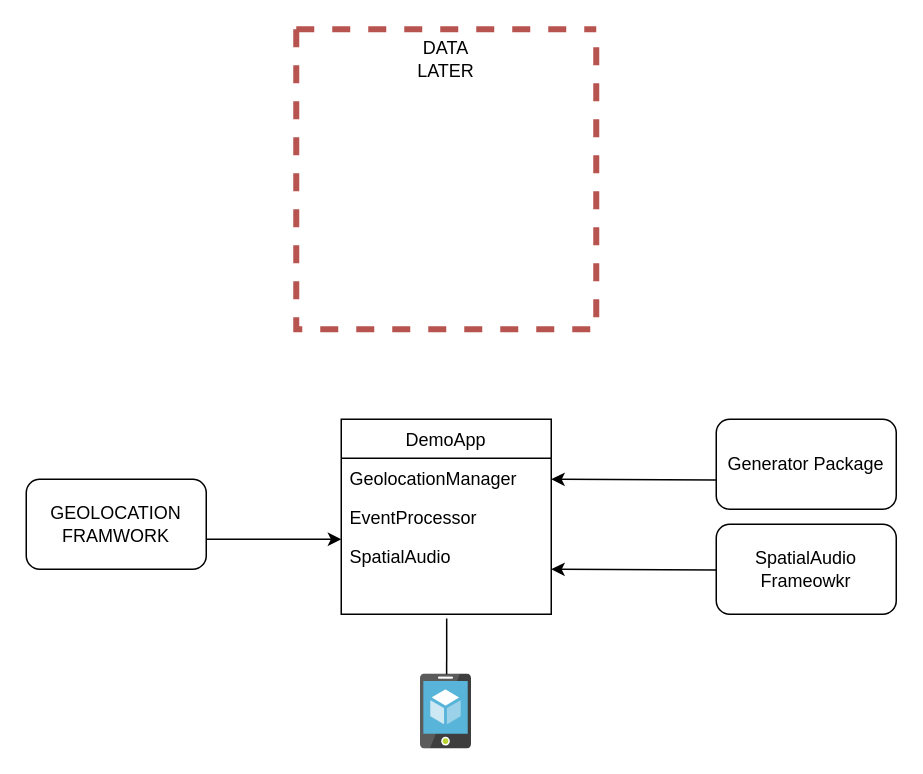
Before: geoLocationIdea.drawio in willdonlan8/test, a draw.io diagram. Source tidied: cells renumbered, new cells numbered last; positions are measured from the earlier drawing's top-left corner, leaving out a move shared by most shapes. Both pictures are drawn from the tidied source at 150%, with x=0, y=0 at pixel (26, 28).
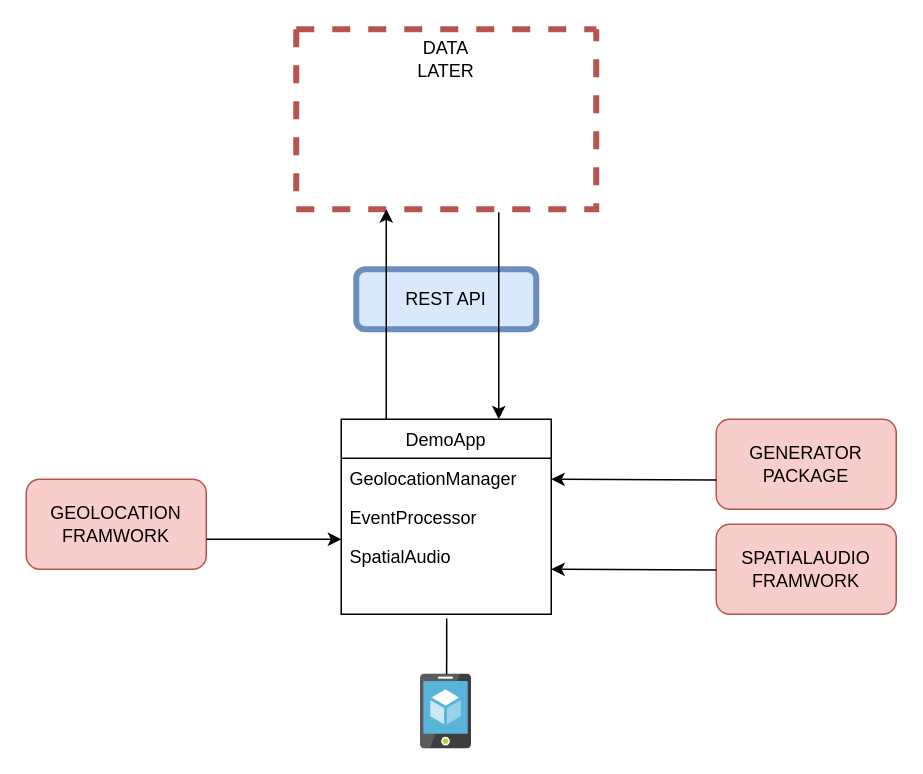
Above is the later version.

The change refers to these unchanged cells:
```xml
<mxCell id="2" value="DemoApp" style="swimlane;fontStyle=0;horizontal=1;startSize=26;" parent="1" vertex="1">
  <mxGeometry x="210" y="260" width="140" height="130" as="geometry" />
</mxCell>
```

The edit, as a diff of the source:
```diff
@@
-    <mxCell id="7" value="GEOLOCATION&lt;br&gt;FRAMWORK" style="rounded=1;whiteSpace=wrap;html=1;" parent="1" vertex="1">
+    <mxCell id="7" value="GEOLOCATION&lt;br&gt;FRAMWORK" style="rounded=1;whiteSpace=wrap;html=1;fillColor=#f8cecc;strokeColor=#b85450;" parent="1" vertex="1">
       <mxGeometry y="300" width="120" height="60" as="geometry" />
     </mxCell>
@@
-    <mxCell id="9" value="SpatialAudio Frameowkr" style="rounded=1;whiteSpace=wrap;html=1;" parent="1" vertex="1">
+    <mxCell id="9" value="SPATIALAUDIO FRAMWORK" style="rounded=1;whiteSpace=wrap;html=1;fillColor=#f8cecc;strokeColor=#b85450;" parent="1" vertex="1">
       <mxGeometry x="460" y="330" width="120" height="60" as="geometry" />
     </mxCell>
@@
-    <mxCell id="11" value="Generator Package" style="rounded=1;whiteSpace=wrap;html=1;" parent="1" vertex="1">
+    <mxCell id="11" value="GENERATOR PACKAGE" style="rounded=1;whiteSpace=wrap;html=1;fillColor=#f8cecc;strokeColor=#b85450;" parent="1" vertex="1">
       <mxGeometry x="460" y="260" width="120" height="60" as="geometry" />
     </mxCell>
@@
     <mxCell id="13" style="swimlane;startSize=0;fillColor=#f8cecc;strokeColor=#b85450;strokeWidth=4;dashed=1;" parent="1" vertex="1">
-      <mxGeometry x="180" width="200" height="200" as="geometry" />
+      <mxGeometry x="180" width="200" height="120" as="geometry" />
     </mxCell>
@@
+    <mxCell id="16" value="REST API" style="rounded=1;whiteSpace=wrap;html=1;strokeWidth=4;fillColor=#dae8fc;strokeColor=#6c8ebf;" parent="1" vertex="1">
+      <mxGeometry x="220" y="160" width="120" height="40" as="geometry" />
+    </mxCell>
+    <mxCell id="17" style="endArrow=classic;html=1;" parent="1" edge="1">
+      <mxGeometry relative="1" as="geometry">
+        <mxPoint x="240" y="260" as="sourcePoint" />
+        <mxPoint x="240" y="120" as="targetPoint" />
+      </mxGeometry>
+    </mxCell>
+    <mxCell id="18" style="endArrow=classic;html=1;entryX=0.75;entryY=0;entryDx=0;entryDy=0;" parent="1" edge="1" target="2">
+      <mxGeometry relative="1" as="geometry">
+        <mxPoint x="315" y="122" as="sourcePoint" />
+      </mxGeometry>
+    </mxCell>
```
